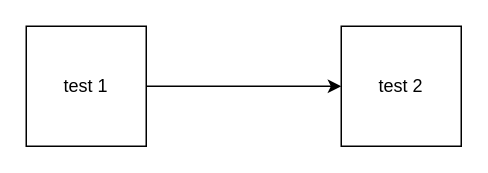
Above: test-2.drawio in tobi-tobsen-berlin/diagrams (draw.io), before the change. Source tidied: cells renumbered, new cells numbered last; positions are measured from the earlier drawing's top-left corner, leaving out a move shared by most shapes. Both pictures are drawn from the tidied source at 150%, with x=0, y=0 at pixel (26, 26).
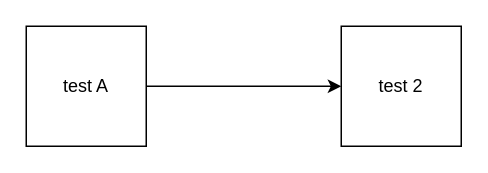
After the change.

Diff of the diagram source:
```diff
@@
 <mxGraphModel>
   <root>
     <mxCell id="0" />
     <mxCell id="1" parent="0" />
     <mxCell id="2" style="edgeStyle=orthogonalEdgeStyle;rounded=0;jettySize=auto;html=1;" parent="1" edge="1" source="3" target="4">
       <mxGeometry relative="1" as="geometry" />
     </mxCell>
-    <mxCell id="3" value="test 1" style="whiteSpace=wrap;html=1;" parent="1" vertex="1">
+    <mxCell id="3" value="test A" style="whiteSpace=wrap;html=1;" parent="1" vertex="1">
       <mxGeometry width="80" height="80" as="geometry" />
     </mxCell>
     <mxCell id="4" value="test 2" style="whiteSpace=wrap;html=1;" parent="1" vertex="1">
       <mxGeometry x="210" width="80" height="80" as="geometry" />
     </mxCell>
   </root>
 </mxGraphModel>
```
